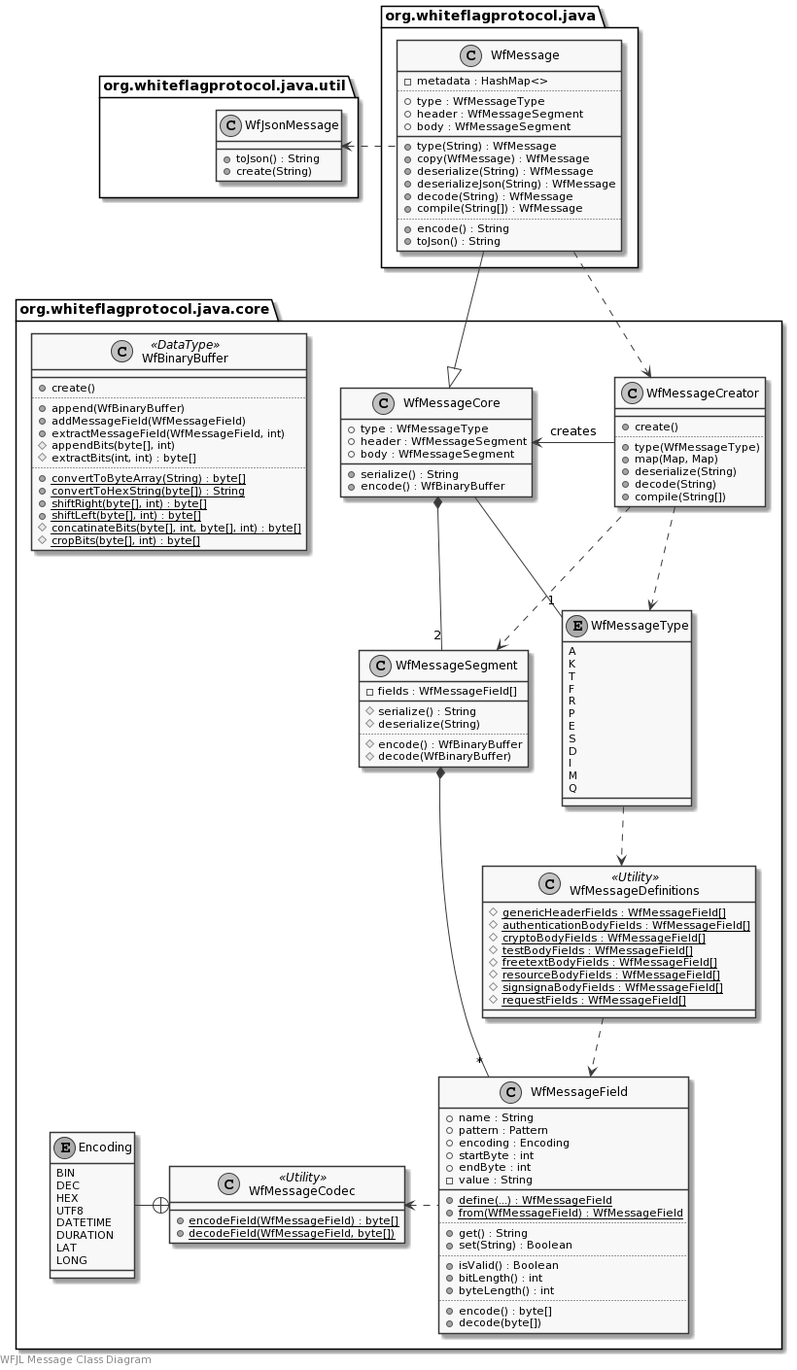
Before: docs/uml/messages.png, a diagram exported from PlantUML (WhiteflagProtocol/whiteflag-java).
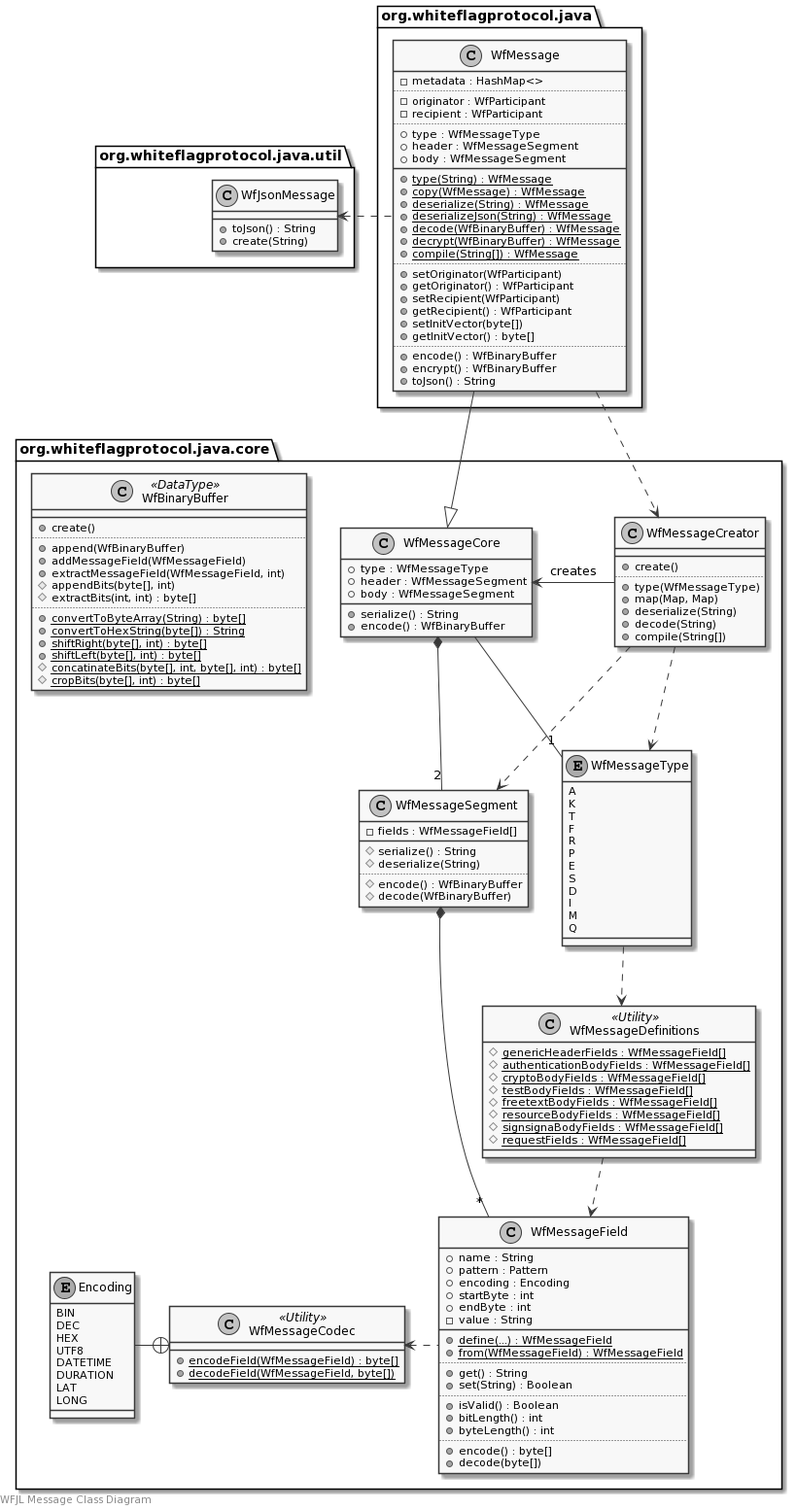
The same file after the commit.

What changed in the source:
```diff
@@ -119,18 +119,30 @@
     class WfMessage {
         -metadata : HashMap<>
         ..
+        -originator : WfParticipant
+        -recipient : WfParticipant
+        ..
         +type : WfMessageType
         +header : WfMessageSegment
         +body : WfMessageSegment
         __
-        +type(String) : WfMessage
-        +copy(WfMessage) : WfMessage
-        +deserialize(String) : WfMessage
-        +deserializeJson(String) : WfMessage
-        +decode(String) : WfMessage
-        +compile(String[]) : WfMessage
+        {static} +type(String) : WfMessage
+        {static} +copy(WfMessage) : WfMessage
+        {static} +deserialize(String) : WfMessage
+        {static} +deserializeJson(String) : WfMessage
+        {static} +decode(WfBinaryBuffer) : WfMessage
+        {static} +decrypt(WfBinaryBuffer) : WfMessage
+        {static} +compile(String[]) : WfMessage
         ..
-        +encode() : String
+        +setOriginator(WfParticipant)
+        +getOriginator() : WfParticipant
+        +setRecipient(WfParticipant)
+        +getRecipient() : WfParticipant
+        +setInitVector(byte[])
+        +getInitVector() : byte[]
+        ..
+        +encode() : WfBinaryBuffer
+        +encrypt() : WfBinaryBuffer
         +toJson() : String
     }
 }
```
